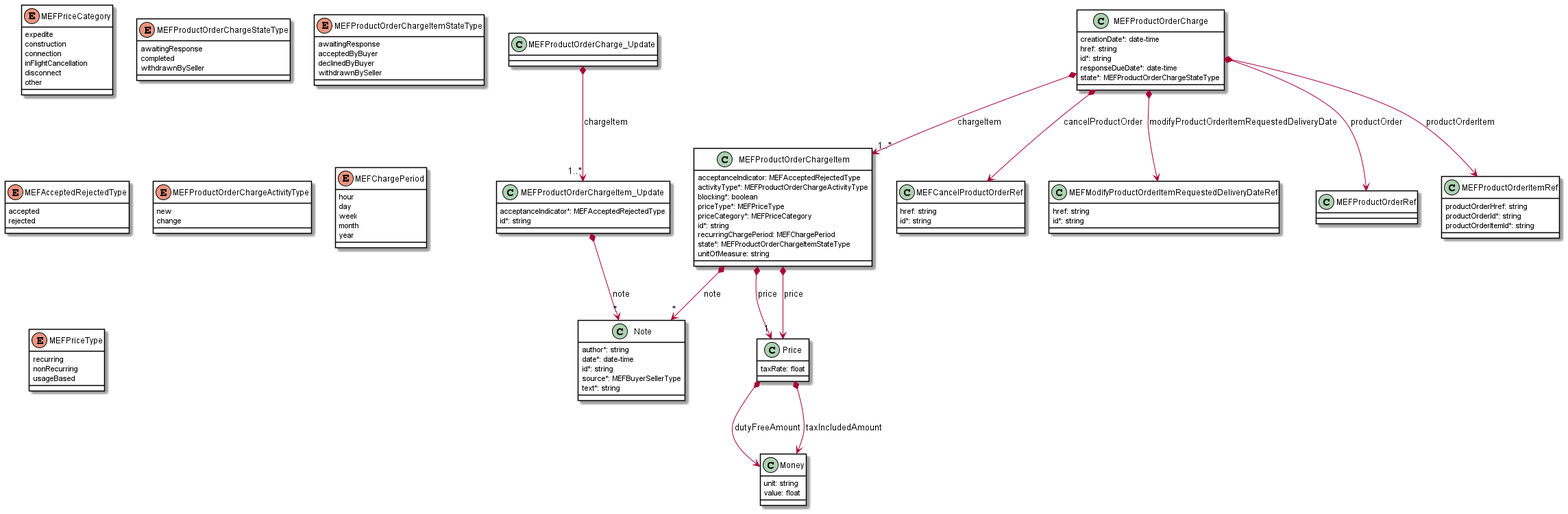
MEF-GIT/MEF-LSO-Sonata-SDK keeps this PlantUML diagram as documentation/productApi/order/media/useCase11ChargeModel.png. Above is the earlier version.
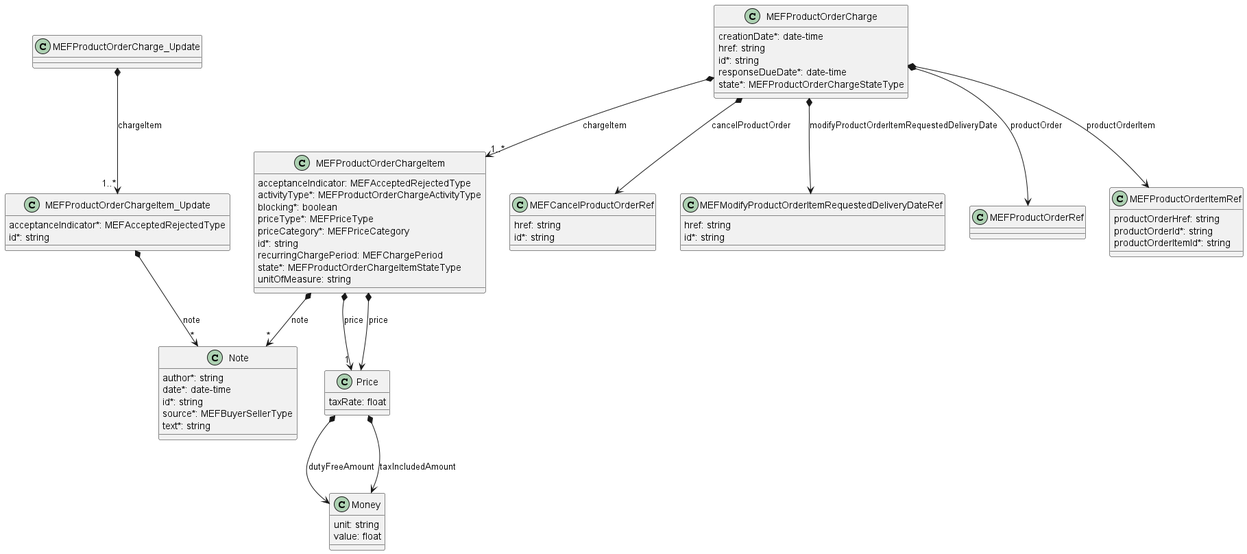
Later version of the same file.

The edit, as a diff of the source:
```diff
@@ -1,8 +1,4 @@
 @startuml
-skinparam {
-    ClassBackgroundColor White
-    ClassBorderColor Black
-}
 
 class MEFProductOrderChargeItem {
 
@@ -19,38 +15,6 @@
 
 MEFProductOrderChargeItem *-->"1" Price : price
 MEFProductOrderChargeItem *-->"*" Note : note
-
-enum MEFPriceCategory {
-
-  expedite
-  construction
-  connection
-  inFlightCancellation
-  disconnect
-  other
-}
-
-enum MEFProductOrderChargeStateType {
-
-    awaitingResponse
-    completed
-    withdrawnBySeller
-}
-
-
-enum MEFProductOrderChargeItemStateType {
-
-    awaitingResponse
-    acceptedByBuyer
-    declinedByBuyer
-    withdrawnBySeller
-}
-
-enum MEFAcceptedRejectedType {
-
-    accepted
-    rejected
-}
 
 
 class MEFCancelProductOrderRef {
@@ -77,11 +41,6 @@
 MEFProductOrderCharge *--> MEFProductOrderItemRef : productOrderItem
 
 
-enum MEFProductOrderChargeActivityType {
-
-    new
-    change
-}
 
 MEFProductOrderChargeItem *--> Price : price
 
@@ -118,23 +77,6 @@
 }
 
 
-enum MEFChargePeriod {
-
-    hour
-    day
-    week
-    month
-    year
-}
-
-enum MEFPriceType {
-
-    recurring
-    nonRecurring
-    usageBased
-}
-
-
 class MEFModifyProductOrderItemRequestedDeliveryDateRef {
 
     href: string
```
